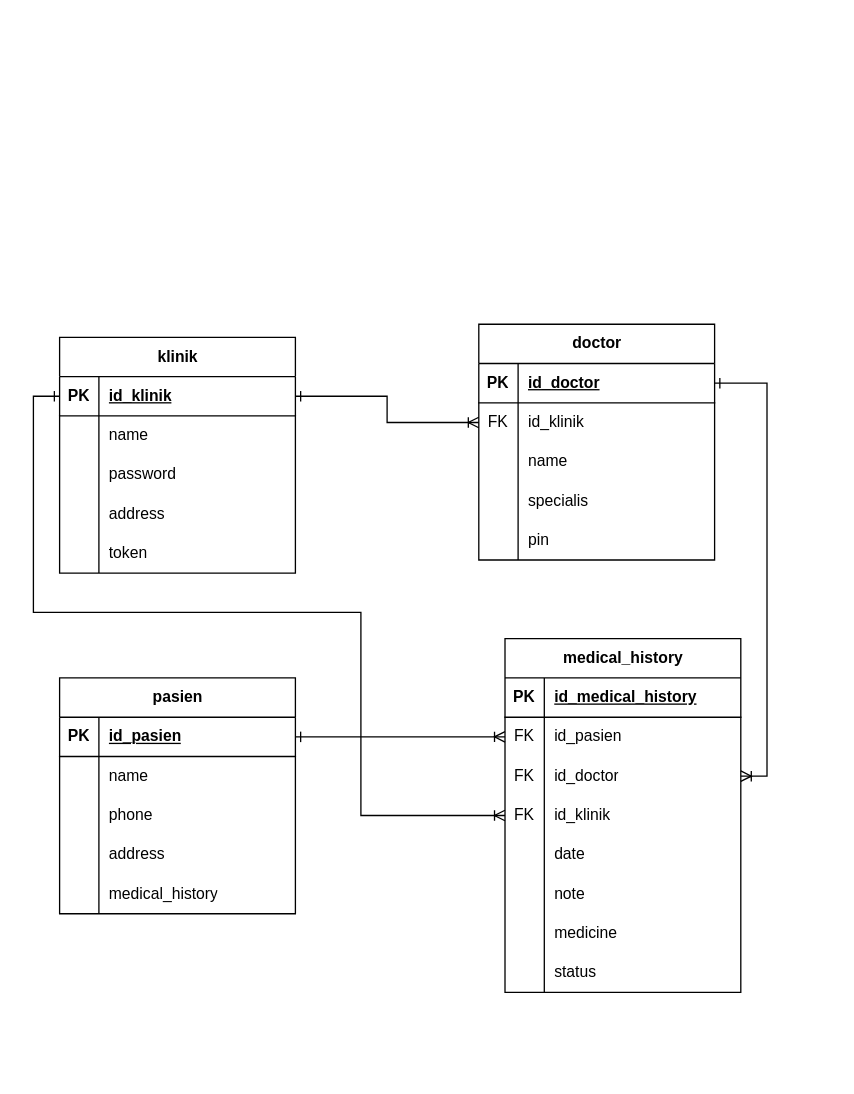
Before: erd_klinik.drawio in rrahmatn/dfd_erd_uml, a draw.io diagram. Source tidied: cells renumbered, new cells numbered last; positions are measured from the earlier drawing's top-left corner, leaving out a move shared by most shapes. Both pictures are drawn from the tidied source at 131%, with x=0, y=0 at pixel (33, 324).
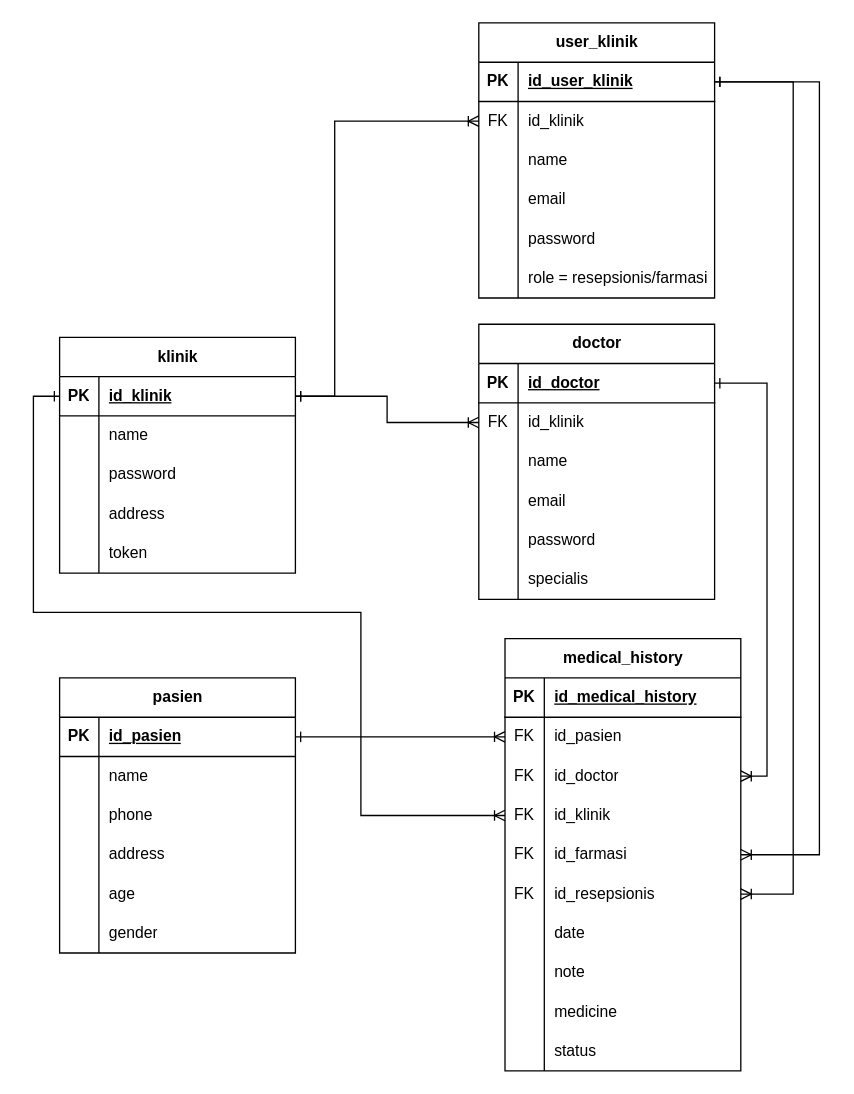
After the change.

Unchanged cells that the change refers to:
```xml
<mxCell id="3" style="shape=tableRow;horizontal=0;startSize=0;swimlaneHead=0;swimlaneBody=0;fillColor=none;points=[[0,0.5],[1,0.5]];portConstraint=eastwest;top=0;left=0;right=0;bottom=1;" parent="2" vertex="1">
  <mxGeometry y="30" width="180" height="30" as="geometry" />
</mxCell>
<mxCell id="47" style="shape=tableRow;horizontal=0;startSize=0;swimlaneHead=0;swimlaneBody=0;fillColor=none;top=0;left=0;right=0;bottom=0;" parent="34" vertex="1">
  <mxGeometry y="150" width="180" height="30" as="geometry" />
</mxCell>
```

Change to the diagram source:
```diff
@@
     <mxCell id="18" value="doctor" style="shape=table;startSize=30;childLayout=tableLayout;rowLines=0;fontStyle=1;align=center;html=1;" parent="1" vertex="1">
-      <mxGeometry x="340" width="180" height="180" as="geometry" />
+      <mxGeometry x="340" width="180" height="210" as="geometry" />
     </mxCell>
@@
+    <mxCell id="79" style="shape=tableRow;horizontal=0;startSize=0;swimlaneHead=0;swimlaneBody=0;fillColor=none;top=0;left=0;right=0;bottom=0;" parent="18" vertex="1">
+      <mxGeometry y="120" width="180" height="30" as="geometry" />
+    </mxCell>
+    <mxCell id="80" style="shape=partialRectangle;fillColor=none;top=0;left=0;bottom=0;right=0;overflow=hidden;whiteSpace=wrap;html=1;" parent="79" vertex="1">
+      <mxGeometry width="30" height="30" as="geometry" />
+    </mxCell>
+    <mxCell id="81" value="email" style="shape=partialRectangle;fillColor=none;top=0;left=0;bottom=0;right=0;align=left;spacingLeft=6;overflow=hidden;whiteSpace=wrap;html=1;" parent="79" vertex="1">
+      <mxGeometry x="30" width="150" height="30" as="geometry" />
+    </mxCell>
+    <mxCell id="31" style="shape=tableRow;horizontal=0;startSize=0;swimlaneHead=0;swimlaneBody=0;fillColor=none;top=0;left=0;right=0;bottom=0;" parent="18" vertex="1">
+      <mxGeometry y="150" width="180" height="30" as="geometry" />
+    </mxCell>
+    <mxCell id="32" style="shape=partialRectangle;fillColor=none;top=0;left=0;bottom=0;right=0;overflow=hidden;whiteSpace=wrap;html=1;" parent="31" vertex="1">
+      <mxGeometry width="30" height="30" as="geometry" />
+    </mxCell>
+    <mxCell id="33" value="password" style="shape=partialRectangle;fillColor=none;top=0;left=0;bottom=0;right=0;align=left;spacingLeft=6;overflow=hidden;whiteSpace=wrap;html=1;" parent="31" vertex="1">
+      <mxGeometry x="30" width="150" height="30" as="geometry" />
+    </mxCell>
     <mxCell id="28" style="shape=tableRow;horizontal=0;startSize=0;swimlaneHead=0;swimlaneBody=0;fillColor=none;top=0;left=0;right=0;bottom=0;" parent="18" vertex="1">
-      <mxGeometry y="120" width="180" height="30" as="geometry" />
+      <mxGeometry y="180" width="180" height="30" as="geometry" />
     </mxCell>
@@
-    <mxCell id="31" style="shape=tableRow;horizontal=0;startSize=0;swimlaneHead=0;swimlaneBody=0;fillColor=none;top=0;left=0;right=0;bottom=0;" parent="18" vertex="1">
-      <mxGeometry y="150" width="180" height="30" as="geometry" />
-    </mxCell>
-    <mxCell id="32" style="shape=partialRectangle;fillColor=none;top=0;left=0;bottom=0;right=0;overflow=hidden;whiteSpace=wrap;html=1;" parent="31" vertex="1">
-      <mxGeometry width="30" height="30" as="geometry" />
-    </mxCell>
-    <mxCell id="33" value="pin" style="shape=partialRectangle;fillColor=none;top=0;left=0;bottom=0;right=0;align=left;spacingLeft=6;overflow=hidden;whiteSpace=wrap;html=1;" parent="31" vertex="1">
-      <mxGeometry x="30" width="150" height="30" as="geometry" />
-    </mxCell>
     <mxCell id="34" value="pasien" style="shape=table;startSize=30;childLayout=tableLayout;rowLines=0;fontStyle=1;align=center;html=1;" parent="1" vertex="1">
-      <mxGeometry x="20" y="270" width="180" height="180" as="geometry" />
+      <mxGeometry x="20" y="270" width="180" height="210" as="geometry" />
     </mxCell>
@@
-    <mxCell id="49" value="medical_history" style="shape=partialRectangle;fillColor=none;top=0;left=0;bottom=0;right=0;align=left;spacingLeft=6;overflow=hidden;whiteSpace=wrap;html=1;" parent="47" vertex="1">
+    <mxCell id="49" value="age" style="shape=partialRectangle;fillColor=none;top=0;left=0;bottom=0;right=0;align=left;spacingLeft=6;overflow=hidden;whiteSpace=wrap;html=1;" parent="47" vertex="1">
       <mxGeometry x="30" width="150" height="30" as="geometry" />
     </mxCell>
+    <mxCell id="82" style="shape=tableRow;horizontal=0;startSize=0;swimlaneHead=0;swimlaneBody=0;fillColor=none;top=0;left=0;right=0;bottom=0;" parent="34" vertex="1">
+      <mxGeometry y="180" width="180" height="30" as="geometry" />
+    </mxCell>
+    <mxCell id="83" style="shape=partialRectangle;fillColor=none;top=0;left=0;bottom=0;right=0;overflow=hidden;whiteSpace=wrap;html=1;" parent="82" vertex="1">
+      <mxGeometry width="30" height="30" as="geometry" />
+    </mxCell>
+    <mxCell id="84" value="gender" style="shape=partialRectangle;fillColor=none;top=0;left=0;bottom=0;right=0;align=left;spacingLeft=6;overflow=hidden;whiteSpace=wrap;html=1;" parent="82" vertex="1">
+      <mxGeometry x="30" width="150" height="30" as="geometry" />
+    </mxCell>
     <mxCell id="50" value="medical_history" style="shape=table;startSize=30;childLayout=tableLayout;rowLines=0;fontStyle=1;align=center;html=1;" parent="1" vertex="1">
-      <mxGeometry x="360" y="240" width="180" height="270" as="geometry" />
+      <mxGeometry x="360" y="240" width="180" height="330" as="geometry" />
     </mxCell>
@@
+    <mxCell id="85" style="shape=tableRow;horizontal=0;startSize=0;swimlaneHead=0;swimlaneBody=0;fillColor=none;points=[[0,0.5],[1,0.5]];portConstraint=eastwest;top=0;left=0;right=0;bottom=0;" parent="50" vertex="1">
+      <mxGeometry y="150" width="180" height="30" as="geometry" />
+    </mxCell>
+    <mxCell id="86" value="FK" style="shape=partialRectangle;fillColor=none;top=0;left=0;bottom=0;right=0;overflow=hidden;whiteSpace=wrap;html=1;" parent="85" vertex="1">
+      <mxGeometry width="30" height="30" as="geometry" />
+    </mxCell>
+    <mxCell id="87" value="id_farmasi" style="shape=partialRectangle;fillColor=none;top=0;left=0;bottom=0;right=0;align=left;spacingLeft=6;overflow=hidden;whiteSpace=wrap;html=1;" parent="85" vertex="1">
+      <mxGeometry x="30" width="150" height="30" as="geometry" />
+    </mxCell>
+    <mxCell id="88" style="shape=tableRow;horizontal=0;startSize=0;swimlaneHead=0;swimlaneBody=0;fillColor=none;points=[[0,0.5],[1,0.5]];portConstraint=eastwest;top=0;left=0;right=0;bottom=0;" parent="50" vertex="1">
+      <mxGeometry y="180" width="180" height="30" as="geometry" />
+    </mxCell>
+    <mxCell id="89" value="FK" style="shape=partialRectangle;fillColor=none;top=0;left=0;bottom=0;right=0;overflow=hidden;whiteSpace=wrap;html=1;" parent="88" vertex="1">
+      <mxGeometry width="30" height="30" as="geometry" />
+    </mxCell>
+    <mxCell id="90" value="id_resepsionis" style="shape=partialRectangle;fillColor=none;top=0;left=0;bottom=0;right=0;align=left;spacingLeft=6;overflow=hidden;whiteSpace=wrap;html=1;" parent="88" vertex="1">
+      <mxGeometry x="30" width="150" height="30" as="geometry" />
+    </mxCell>
     <mxCell id="63" style="shape=tableRow;horizontal=0;startSize=0;swimlaneHead=0;swimlaneBody=0;fillColor=none;top=0;left=0;right=0;bottom=0;" parent="50" vertex="1">
-      <mxGeometry y="150" width="180" height="30" as="geometry" />
+      <mxGeometry y="210" width="180" height="30" as="geometry" />
     </mxCell>
@@
     <mxCell id="66" style="shape=tableRow;horizontal=0;startSize=0;swimlaneHead=0;swimlaneBody=0;fillColor=none;top=0;left=0;right=0;bottom=0;" parent="50" vertex="1">
-      <mxGeometry y="180" width="180" height="30" as="geometry" />
+      <mxGeometry y="240" width="180" height="30" as="geometry" />
     </mxCell>
@@
     <mxCell id="69" style="shape=tableRow;horizontal=0;startSize=0;swimlaneHead=0;swimlaneBody=0;fillColor=none;top=0;left=0;right=0;bottom=0;" parent="50" vertex="1">
-      <mxGeometry y="210" width="180" height="30" as="geometry" />
+      <mxGeometry y="270" width="180" height="30" as="geometry" />
     </mxCell>
@@
     <mxCell id="72" style="shape=tableRow;horizontal=0;startSize=0;swimlaneHead=0;swimlaneBody=0;fillColor=none;top=0;left=0;right=0;bottom=0;" parent="50" vertex="1">
-      <mxGeometry y="240" width="180" height="30" as="geometry" />
+      <mxGeometry y="300" width="180" height="30" as="geometry" />
     </mxCell>
@@
+    <mxCell id="91" value="user_klinik" style="shape=table;startSize=30;childLayout=tableLayout;rowLines=0;fontStyle=1;align=center;html=1;" parent="1" vertex="1">
+      <mxGeometry x="340" y="-230" width="180" height="210" as="geometry" />
+    </mxCell>
+    <mxCell id="92" style="shape=tableRow;horizontal=0;startSize=0;swimlaneHead=0;swimlaneBody=0;fillColor=none;points=[[0,0.5],[1,0.5]];portConstraint=eastwest;top=0;left=0;right=0;bottom=1;" parent="91" vertex="1">
+      <mxGeometry y="30" width="180" height="30" as="geometry" />
+    </mxCell>
+    <mxCell id="93" value="PK" style="shape=partialRectangle;fillColor=none;top=0;left=0;bottom=0;right=0;fontStyle=1;overflow=hidden;whiteSpace=wrap;html=1;" parent="92" vertex="1">
+      <mxGeometry width="30" height="30" as="geometry" />
+    </mxCell>
+    <mxCell id="94" value="id_user_klinik" style="shape=partialRectangle;fillColor=none;top=0;left=0;bottom=0;right=0;align=left;spacingLeft=6;fontStyle=5;overflow=hidden;whiteSpace=wrap;html=1;" parent="92" vertex="1">
+      <mxGeometry x="30" width="150" height="30" as="geometry" />
+    </mxCell>
+    <mxCell id="95" style="shape=tableRow;horizontal=0;startSize=0;swimlaneHead=0;swimlaneBody=0;fillColor=none;points=[[0,0.5],[1,0.5]];portConstraint=eastwest;top=0;left=0;right=0;bottom=0;" parent="91" vertex="1">
+      <mxGeometry y="60" width="180" height="30" as="geometry" />
+    </mxCell>
+    <mxCell id="96" value="FK" style="shape=partialRectangle;fillColor=none;top=0;left=0;bottom=0;right=0;overflow=hidden;whiteSpace=wrap;html=1;" parent="95" vertex="1">
+      <mxGeometry width="30" height="30" as="geometry" />
+    </mxCell>
+    <mxCell id="97" value="id_klinik" style="shape=partialRectangle;fillColor=none;top=0;left=0;bottom=0;right=0;align=left;spacingLeft=6;overflow=hidden;whiteSpace=wrap;html=1;" parent="95" vertex="1">
+      <mxGeometry x="30" width="150" height="30" as="geometry" />
+    </mxCell>
+    <mxCell id="98" style="shape=tableRow;horizontal=0;startSize=0;swimlaneHead=0;swimlaneBody=0;fillColor=none;top=0;left=0;right=0;bottom=0;" parent="91" vertex="1">
+      <mxGeometry y="90" width="180" height="30" as="geometry" />
+    </mxCell>
+    <mxCell id="99" style="shape=partialRectangle;fillColor=none;top=0;left=0;bottom=0;right=0;overflow=hidden;whiteSpace=wrap;html=1;" parent="98" vertex="1">
+      <mxGeometry width="30" height="30" as="geometry" />
+    </mxCell>
+    <mxCell id="100" value="name" style="shape=partialRectangle;fillColor=none;top=0;left=0;bottom=0;right=0;align=left;spacingLeft=6;overflow=hidden;whiteSpace=wrap;html=1;" parent="98" vertex="1">
+      <mxGeometry x="30" width="150" height="30" as="geometry" />
+    </mxCell>
+    <mxCell id="101" style="shape=tableRow;horizontal=0;startSize=0;swimlaneHead=0;swimlaneBody=0;fillColor=none;top=0;left=0;right=0;bottom=0;" parent="91" vertex="1">
+      <mxGeometry y="120" width="180" height="30" as="geometry" />
+    </mxCell>
+    <mxCell id="102" style="shape=partialRectangle;fillColor=none;top=0;left=0;bottom=0;right=0;overflow=hidden;whiteSpace=wrap;html=1;" parent="101" vertex="1">
+      <mxGeometry width="30" height="30" as="geometry" />
+    </mxCell>
+    <mxCell id="103" value="email" style="shape=partialRectangle;fillColor=none;top=0;left=0;bottom=0;right=0;align=left;spacingLeft=6;overflow=hidden;whiteSpace=wrap;html=1;" parent="101" vertex="1">
+      <mxGeometry x="30" width="150" height="30" as="geometry" />
+    </mxCell>
+    <mxCell id="104" style="shape=tableRow;horizontal=0;startSize=0;swimlaneHead=0;swimlaneBody=0;fillColor=none;top=0;left=0;right=0;bottom=0;" parent="91" vertex="1">
+      <mxGeometry y="150" width="180" height="30" as="geometry" />
+    </mxCell>
+    <mxCell id="105" style="shape=partialRectangle;fillColor=none;top=0;left=0;bottom=0;right=0;overflow=hidden;whiteSpace=wrap;html=1;" parent="104" vertex="1">
+      <mxGeometry width="30" height="30" as="geometry" />
+    </mxCell>
+    <mxCell id="106" value="password" style="shape=partialRectangle;fillColor=none;top=0;left=0;bottom=0;right=0;align=left;spacingLeft=6;overflow=hidden;whiteSpace=wrap;html=1;" parent="104" vertex="1">
+      <mxGeometry x="30" width="150" height="30" as="geometry" />
+    </mxCell>
+    <mxCell id="107" style="shape=tableRow;horizontal=0;startSize=0;swimlaneHead=0;swimlaneBody=0;fillColor=none;top=0;left=0;right=0;bottom=0;" parent="91" vertex="1">
+      <mxGeometry y="180" width="180" height="30" as="geometry" />
+    </mxCell>
+    <mxCell id="108" style="shape=partialRectangle;fillColor=none;top=0;left=0;bottom=0;right=0;overflow=hidden;whiteSpace=wrap;html=1;" parent="107" vertex="1">
+      <mxGeometry width="30" height="30" as="geometry" />
+    </mxCell>
+    <mxCell id="109" value="role = resepsionis/farmasi" style="shape=partialRectangle;fillColor=none;top=0;left=0;bottom=0;right=0;align=left;spacingLeft=6;overflow=hidden;whiteSpace=wrap;html=1;" parent="107" vertex="1">
+      <mxGeometry x="30" width="150" height="30" as="geometry" />
+    </mxCell>
+    <mxCell id="110" style="edgeStyle=orthogonalEdgeStyle;rounded=0;jettySize=auto;html=1;exitX=1;exitY=0.5;exitDx=0;exitDy=0;entryX=1;entryY=0.5;entryDx=0;entryDy=0;endArrow=ERoneToMany;endFill=0;startArrow=ERone;startFill=0;" parent="1" edge="1" source="92" target="85">
+      <mxGeometry relative="1" as="geometry">
+        <Array as="points">
+          <mxPoint x="600" y="-185" />
+          <mxPoint x="600" y="405" />
+        </Array>
+      </mxGeometry>
+    </mxCell>
+    <mxCell id="111" style="edgeStyle=orthogonalEdgeStyle;rounded=0;jettySize=auto;html=1;exitX=1;exitY=0.5;exitDx=0;exitDy=0;entryX=1;entryY=0.5;entryDx=0;entryDy=0;endArrow=ERoneToMany;endFill=0;startArrow=ERone;startFill=0;" parent="1" edge="1" source="92" target="88">
+      <mxGeometry relative="1" as="geometry">
+        <Array as="points">
+          <mxPoint x="580" y="-185" />
+          <mxPoint x="580" y="435" />
+        </Array>
+      </mxGeometry>
+    </mxCell>
+    <mxCell id="112" style="edgeStyle=orthogonalEdgeStyle;rounded=0;jettySize=auto;html=1;exitX=1;exitY=0.5;exitDx=0;exitDy=0;entryX=0;entryY=0.5;entryDx=0;entryDy=0;endArrow=ERoneToMany;endFill=0;startArrow=ERone;startFill=0;" parent="1" edge="1" source="3" target="95">
+      <mxGeometry relative="1" as="geometry">
+        <Array as="points">
+          <mxPoint x="230" y="55" />
+          <mxPoint x="230" y="-155" />
+        </Array>
+      </mxGeometry>
+    </mxCell>
```
